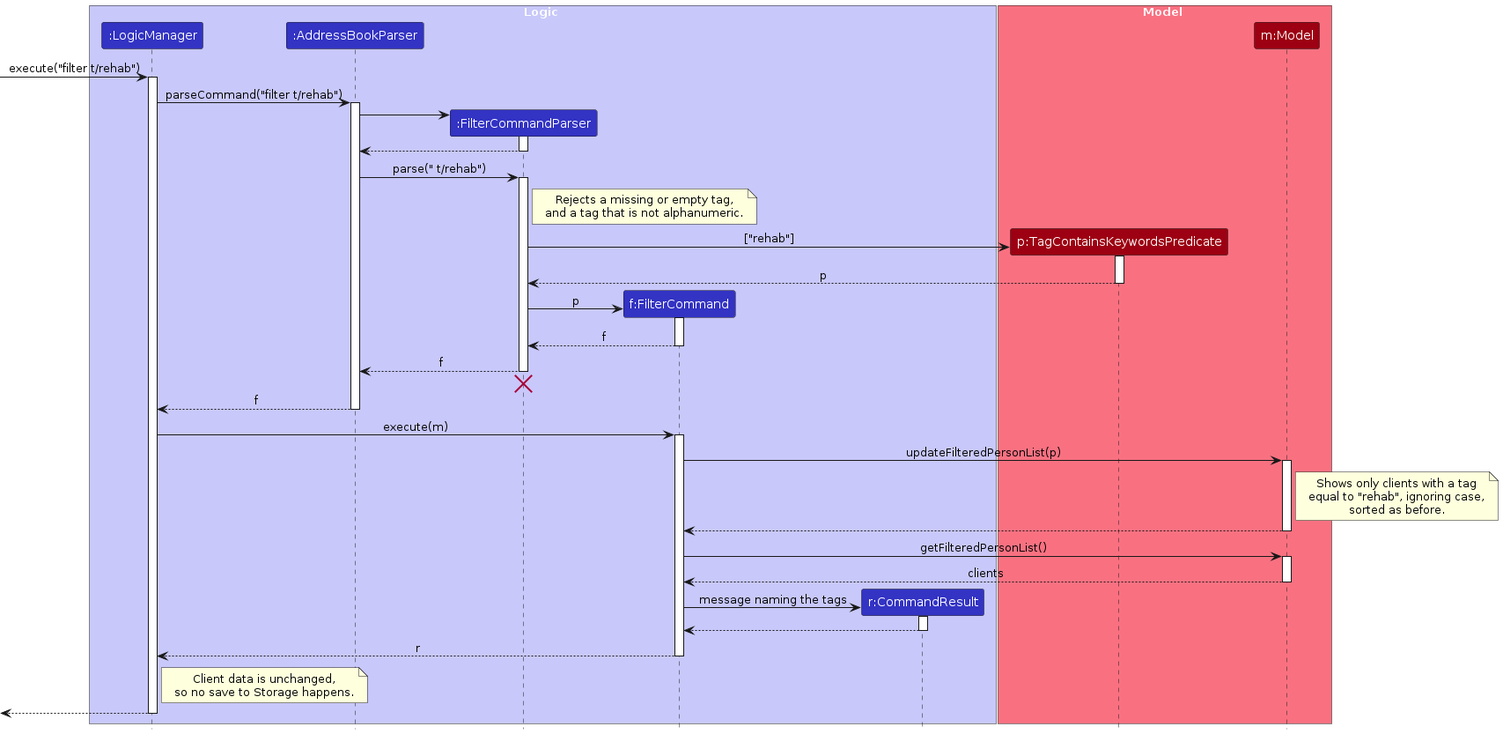
Above: diagrams/FilterSequenceDiagram.png in AY2627S1-CS2103T-F14a-2/tp (PlantUML), before the change. Its source is kept beside it as diagrams/FilterSequenceDiagram.puml.
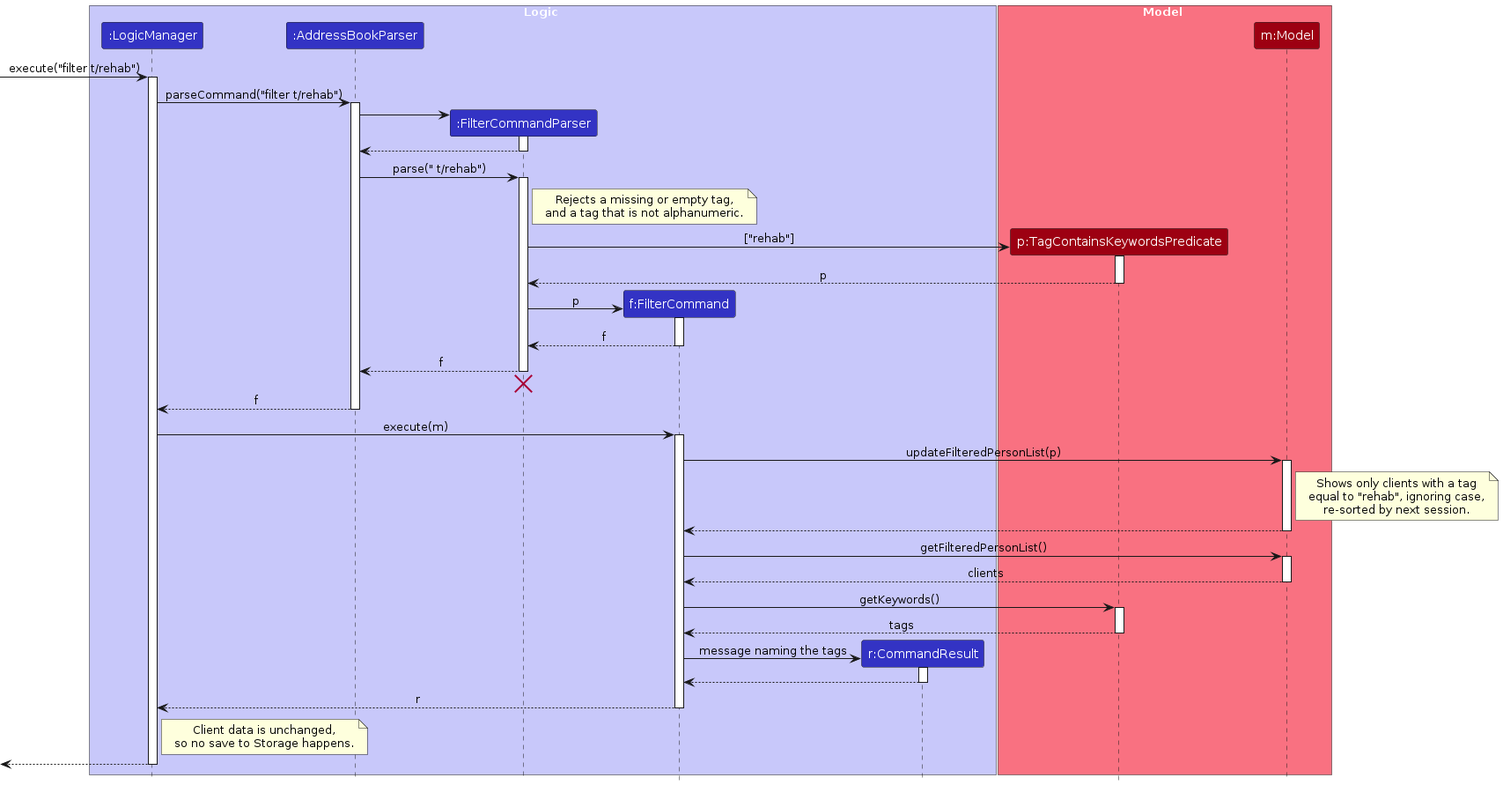
Later version of the same file.

Change to the diagram source:
```diff
@@ -67,7 +67,7 @@
 note right of Model
   Shows only clients with a tag
   equal to "rehab", ignoring case,
-  sorted as before.
+  re-sorted by next session.
 end note
 
 Model --> FilterCommand
@@ -78,6 +78,12 @@
 
 Model --> FilterCommand : clients
 deactivate Model
+
+FilterCommand -> Predicate : getKeywords()
+activate Predicate
+
+Predicate --> FilterCommand : tags
+deactivate Predicate
 
 create CommandResult
 FilterCommand -> CommandResult : message naming the tags
```
